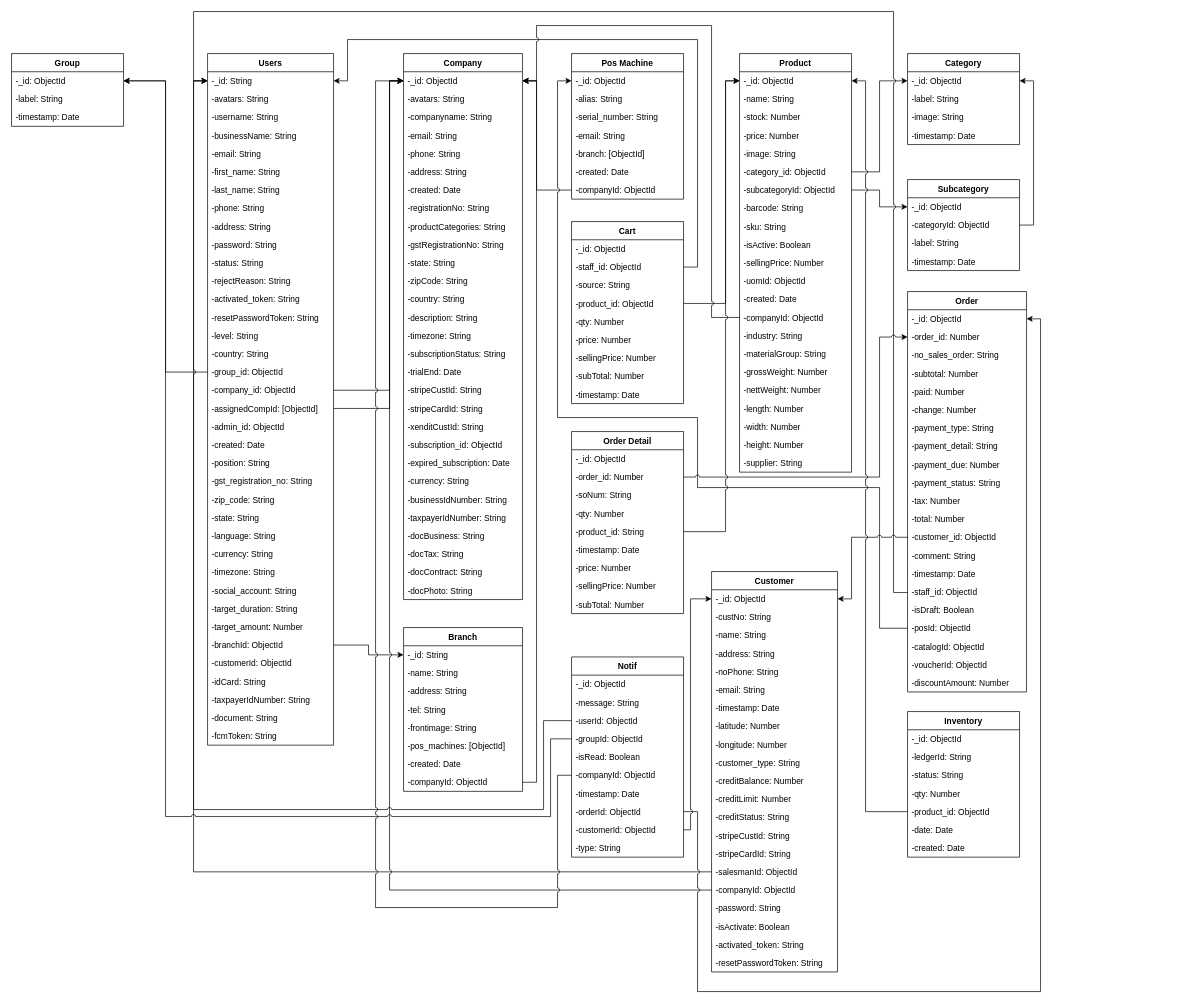
qadzifi-baskit/baskit-diagram keeps this draw.io diagram as Baskit Database ERD.drawio. Above is the earlier version. Source tidied: cells renumbered, new cells numbered last; positions are measured from the earlier drawing's top-left corner, leaving out a move shared by most shapes. Both pictures are drawn from the tidied source at 70%, with x=0, y=0 at pixel (11, 11).
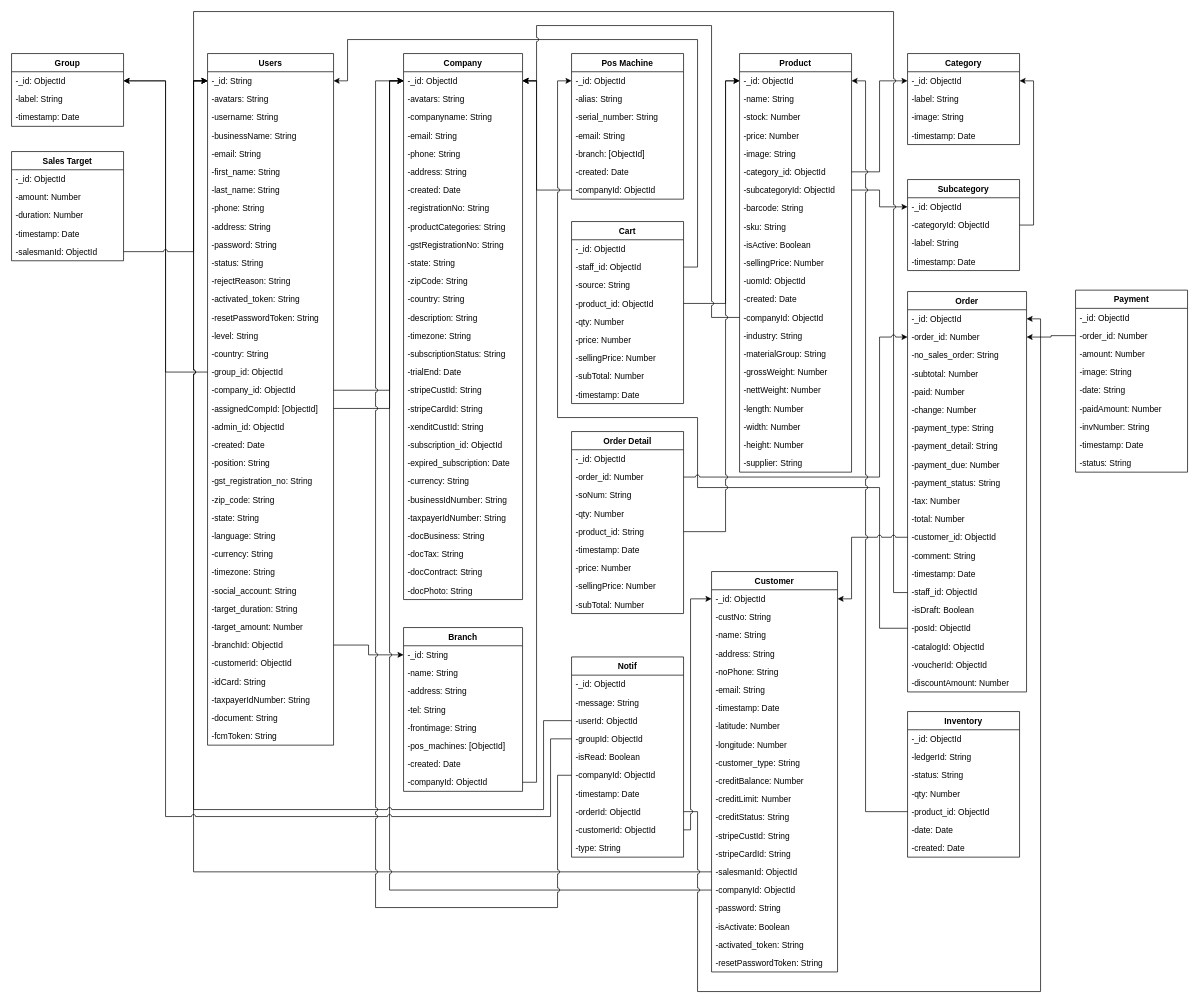
The same diagram, later.

Commit message:
add sales target schema

The change refers to these unchanged cells:
```xml
<mxCell id="37" value="-_id: String" style="text;strokeColor=none;fillColor=none;align=left;verticalAlign=top;spacingLeft=4;spacingRight=4;overflow=hidden;points=[[0,0.5],[1,0.5]];portConstraint=eastwest;" parent="36" vertex="1">
  <mxGeometry y="26" width="180" height="26" as="geometry" />
</mxCell>
<mxCell id="148" value="-order_id: Number" style="text;strokeColor=none;fillColor=none;align=left;verticalAlign=top;spacingLeft=4;spacingRight=4;overflow=hidden;points=[[0,0.5],[1,0.5]];portConstraint=eastwest;" parent="146" vertex="1">
  <mxGeometry y="52" width="170" height="26" as="geometry" />
</mxCell>
<mxCell id="198" value="-salesmanId: ObjectId" style="text;strokeColor=none;fillColor=none;align=left;verticalAlign=top;spacingLeft=4;spacingRight=4;overflow=hidden;points=[[0,0.5],[1,0.5]];portConstraint=eastwest;" parent="182" vertex="1">
  <mxGeometry y="416" width="180" height="26" as="geometry" />
</mxCell>
```

Diff of the diagram source:
```diff
@@
-    <mxCell id="204" style="edgeStyle=orthogonalEdgeStyle;rounded=0;jettySize=auto;html=1;" parent="1" edge="1" source="198" target="37">
+    <mxCell id="204" style="edgeStyle=orthogonalEdgeStyle;rounded=0;jettySize=auto;html=1;jumpStyle=arc;" parent="1" edge="1" source="198" target="37">
       <mxGeometry relative="1" as="geometry">
         <Array as="points">
           <mxPoint x="260" y="1229" />
           <mxPoint x="260" y="99" />
         </Array>
       </mxGeometry>
     </mxCell>
@@
+    <mxCell id="232" value="Payment" style="swimlane;fontStyle=1;horizontal=1;startSize=26;" parent="1" vertex="1">
+      <mxGeometry x="1520" y="398" width="160" height="260" as="geometry" />
+    </mxCell>
+    <mxCell id="233" value="-_id: ObjectId" style="text;strokeColor=none;fillColor=none;align=left;verticalAlign=top;spacingLeft=4;spacingRight=4;overflow=hidden;" parent="232" vertex="1">
+      <mxGeometry y="26" width="160" height="26" as="geometry" />
+    </mxCell>
+    <mxCell id="234" value="-order_id: Number" style="text;strokeColor=none;fillColor=none;align=left;verticalAlign=top;spacingLeft=4;spacingRight=4;overflow=hidden;points=[[0,0.5],[1,0.5]];portConstraint=eastwest;" parent="232" vertex="1">
+      <mxGeometry y="52" width="160" height="26" as="geometry" />
+    </mxCell>
+    <mxCell id="235" value="-amount: Number" style="text;strokeColor=none;fillColor=none;align=left;verticalAlign=top;spacingLeft=4;spacingRight=4;overflow=hidden;" parent="232" vertex="1">
+      <mxGeometry y="78" width="160" height="26" as="geometry" />
+    </mxCell>
+    <mxCell id="236" value="-image: String" style="text;strokeColor=none;fillColor=none;align=left;verticalAlign=top;spacingLeft=4;spacingRight=4;overflow=hidden;" parent="232" vertex="1">
+      <mxGeometry y="104" width="160" height="26" as="geometry" />
+    </mxCell>
+    <mxCell id="237" value="-date: String" style="text;strokeColor=none;fillColor=none;align=left;verticalAlign=top;spacingLeft=4;spacingRight=4;overflow=hidden;" parent="232" vertex="1">
+      <mxGeometry y="130" width="160" height="26" as="geometry" />
+    </mxCell>
+    <mxCell id="238" value="-paidAmount: Number" style="text;strokeColor=none;fillColor=none;align=left;verticalAlign=top;spacingLeft=4;spacingRight=4;overflow=hidden;" parent="232" vertex="1">
+      <mxGeometry y="156" width="160" height="26" as="geometry" />
+    </mxCell>
+    <mxCell id="239" value="-invNumber: String" style="text;strokeColor=none;fillColor=none;align=left;verticalAlign=top;spacingLeft=4;spacingRight=4;overflow=hidden;" parent="232" vertex="1">
+      <mxGeometry y="182" width="160" height="26" as="geometry" />
+    </mxCell>
+    <mxCell id="240" value="-timestamp: Date" style="text;strokeColor=none;fillColor=none;align=left;verticalAlign=top;spacingLeft=4;spacingRight=4;overflow=hidden;" parent="232" vertex="1">
+      <mxGeometry y="208" width="160" height="26" as="geometry" />
+    </mxCell>
+    <mxCell id="241" value="-status: String" style="text;strokeColor=none;fillColor=none;align=left;verticalAlign=top;spacingLeft=4;spacingRight=4;overflow=hidden;" parent="232" vertex="1">
+      <mxGeometry y="234" width="160" height="26" as="geometry" />
+    </mxCell>
+    <mxCell id="242" style="edgeStyle=orthogonalEdgeStyle;rounded=0;jettySize=auto;html=1;" parent="1" edge="1" source="234" target="148">
+      <mxGeometry relative="1" as="geometry" />
+    </mxCell>
+    <mxCell id="243" value="Sales Target" style="swimlane;fontStyle=1;horizontal=1;startSize=26;" parent="1" vertex="1">
+      <mxGeometry y="200" width="160" height="156" as="geometry" />
+    </mxCell>
+    <mxCell id="244" value="-_id: ObjectId" style="text;strokeColor=none;fillColor=none;align=left;verticalAlign=top;spacingLeft=4;spacingRight=4;overflow=hidden;" parent="243" vertex="1">
+      <mxGeometry y="26" width="160" height="26" as="geometry" />
+    </mxCell>
+    <mxCell id="245" value="-amount: Number" style="text;strokeColor=none;fillColor=none;align=left;verticalAlign=top;spacingLeft=4;spacingRight=4;overflow=hidden;" parent="243" vertex="1">
+      <mxGeometry y="52" width="160" height="26" as="geometry" />
+    </mxCell>
+    <mxCell id="246" value="-duration: Number" style="text;strokeColor=none;fillColor=none;align=left;verticalAlign=top;spacingLeft=4;spacingRight=4;overflow=hidden;" parent="243" vertex="1">
+      <mxGeometry y="78" width="160" height="26" as="geometry" />
+    </mxCell>
+    <mxCell id="247" value="-timestamp: Date" style="text;strokeColor=none;fillColor=none;align=left;verticalAlign=top;spacingLeft=4;spacingRight=4;overflow=hidden;" parent="243" vertex="1">
+      <mxGeometry y="104" width="160" height="26" as="geometry" />
+    </mxCell>
+    <mxCell id="248" value="-salesmanId: ObjectId" style="text;strokeColor=none;fillColor=none;align=left;verticalAlign=top;spacingLeft=4;spacingRight=4;overflow=hidden;points=[[0,0.5],[1,0.5]];portConstraint=eastwest;" parent="243" vertex="1">
+      <mxGeometry y="130" width="160" height="26" as="geometry" />
+    </mxCell>
+    <mxCell id="249" style="edgeStyle=orthogonalEdgeStyle;rounded=0;jettySize=auto;html=1;jumpStyle=arc;" parent="1" edge="1" source="248" target="37">
+      <mxGeometry relative="1" as="geometry">
+        <Array as="points">
+          <mxPoint x="260" y="343" />
+          <mxPoint x="260" y="99" />
+        </Array>
+      </mxGeometry>
+    </mxCell>
```
